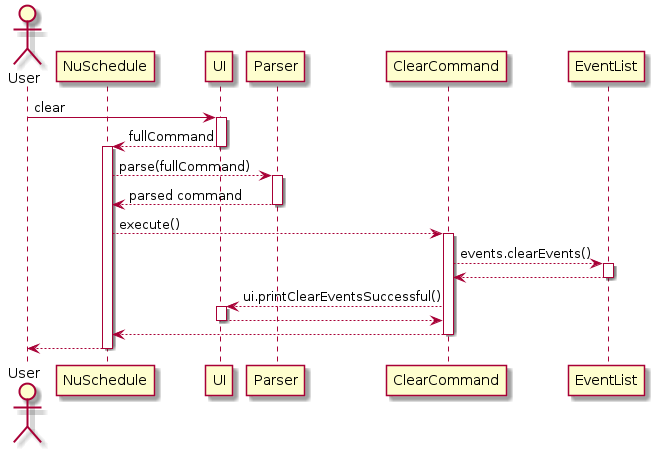
Before: docs/diagrams/ClearCommand.png, a diagram exported from PlantUML (nus-cs2113-AY2021S1/tp).
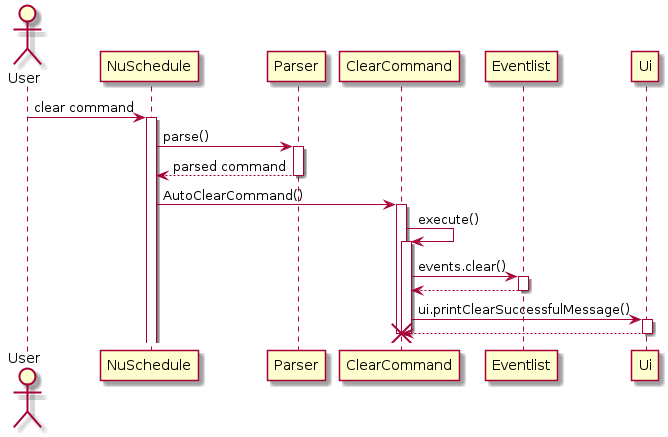
After the commit.

Change to the diagram source:
```diff
@@ -1,34 +1,26 @@
 @startuml
 actor User
-participant NuSchedule
-participant UI
-participant Parser
-participant ClearCommand
-participant EventList
 
-User -> UI: clear
-Activate UI
-UI --> NuSchedule: fullCommand
-Deactivate UI
-
+User -> NuSchedule: clear command
 Activate NuSchedule
-NuSchedule --> Parser: parse(fullCommand)
+NuSchedule -> Parser: parse()
 Activate Parser
 Parser --> NuSchedule: parsed command
-Deactivate Parser
+deactivate Parser
 
-NuSchedule --> ClearCommand: execute()
-Activate ClearCommand
-ClearCommand --> EventList:events.clearEvents()
-Activate EventList
-EventList --> ClearCommand
-Deactivate EventList
-ClearCommand --> UI: ui.printClearEventsSuccessful()
-Activate UI
-UI --> ClearCommand
-Deactivate UI
-ClearCommand --> NuSchedule
-Deactivate ClearCommand
-NuSchedule --> User
-Deactivate NuSchedule
+NuSchedule -> ClearCommand: AutoClearCommand()
+activate ClearCommand
+ClearCommand -> ClearCommand: execute()
+activate ClearCommand
+ClearCommand -> Eventlist: events.clear()
+Activate Eventlist
+Eventlist --> ClearCommand
+deactivate Eventlist
+ClearCommand -> Ui: ui.printClearSuccessfulMessage()
+activate Ui
+Ui --> ClearCommand
+deactivate Ui
+deactivate ClearCommand
+deactivate ClearCommand
+destroy ClearCommand
 @enduml
```
